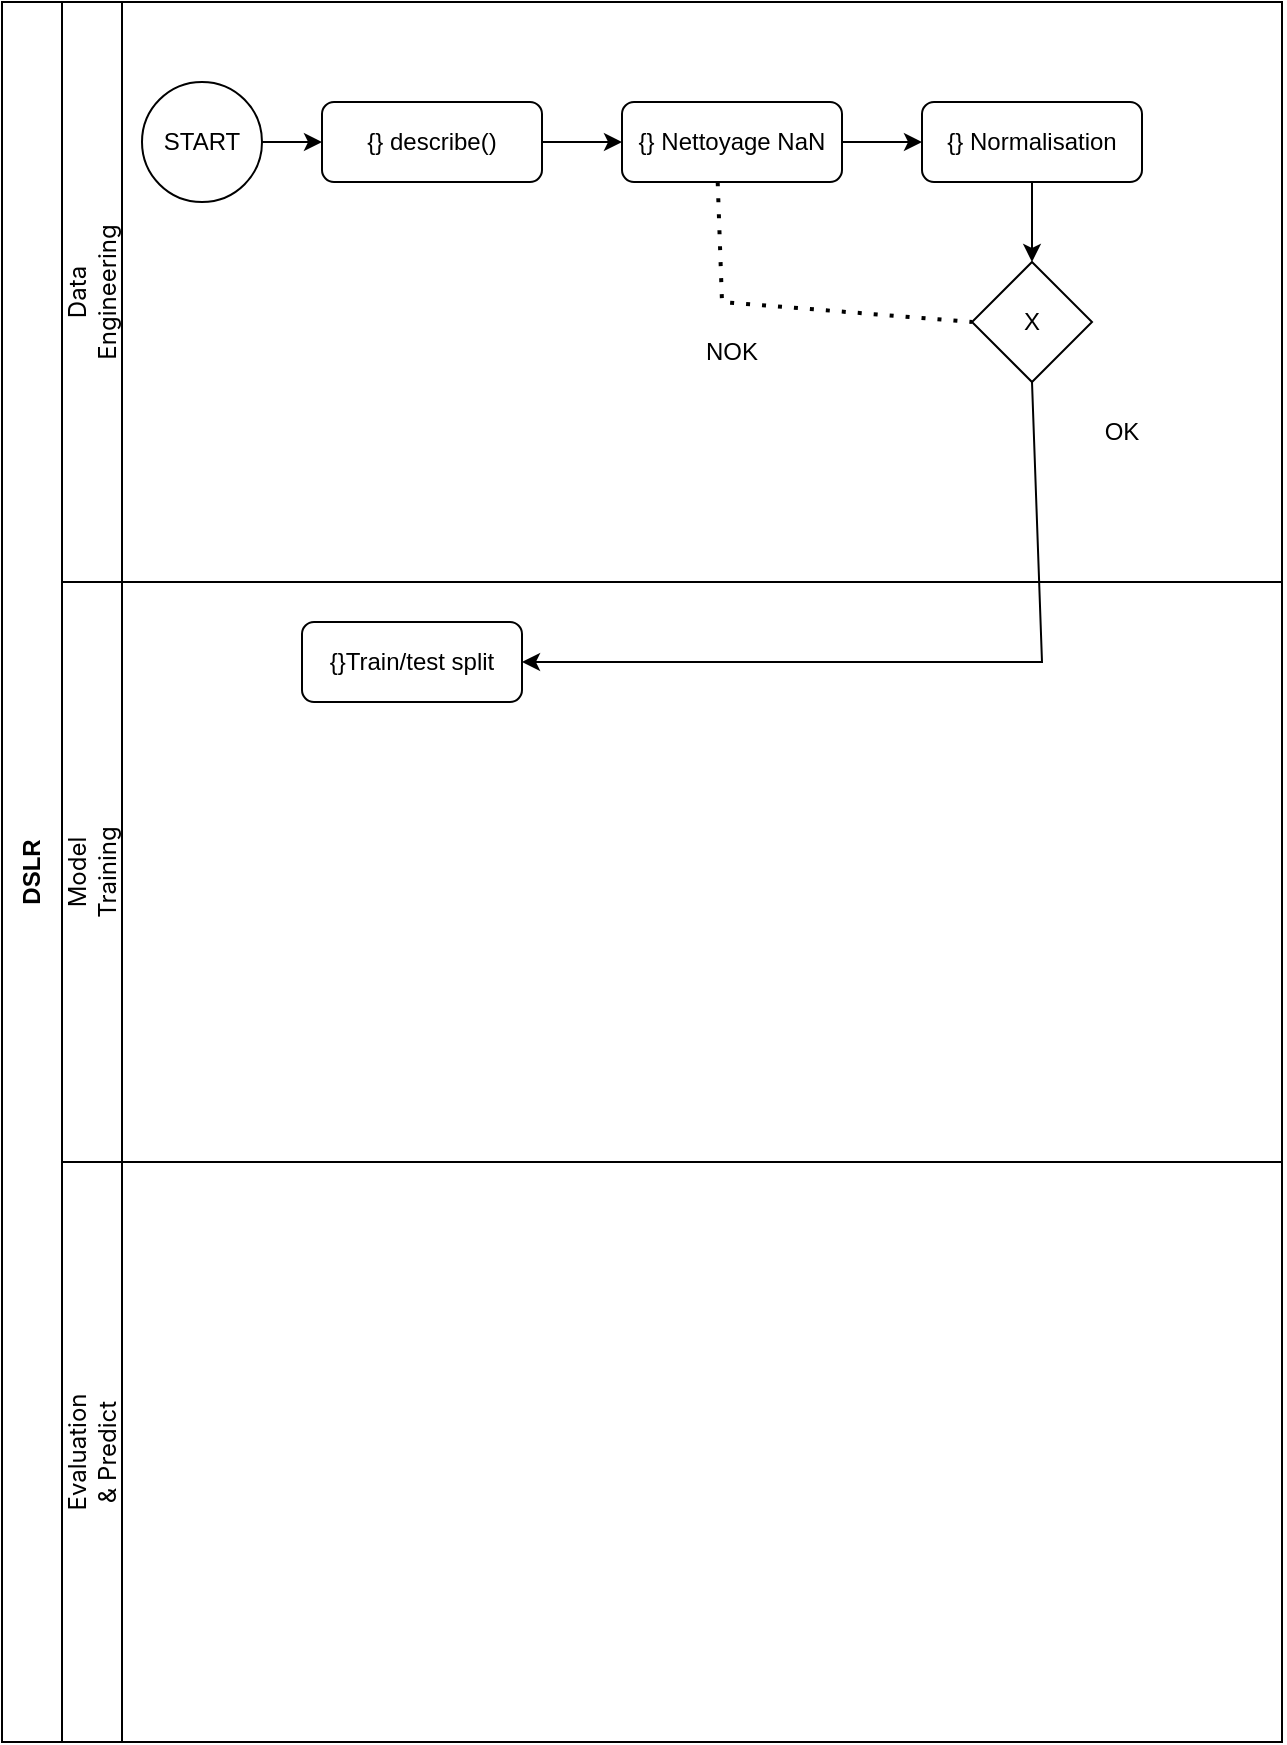
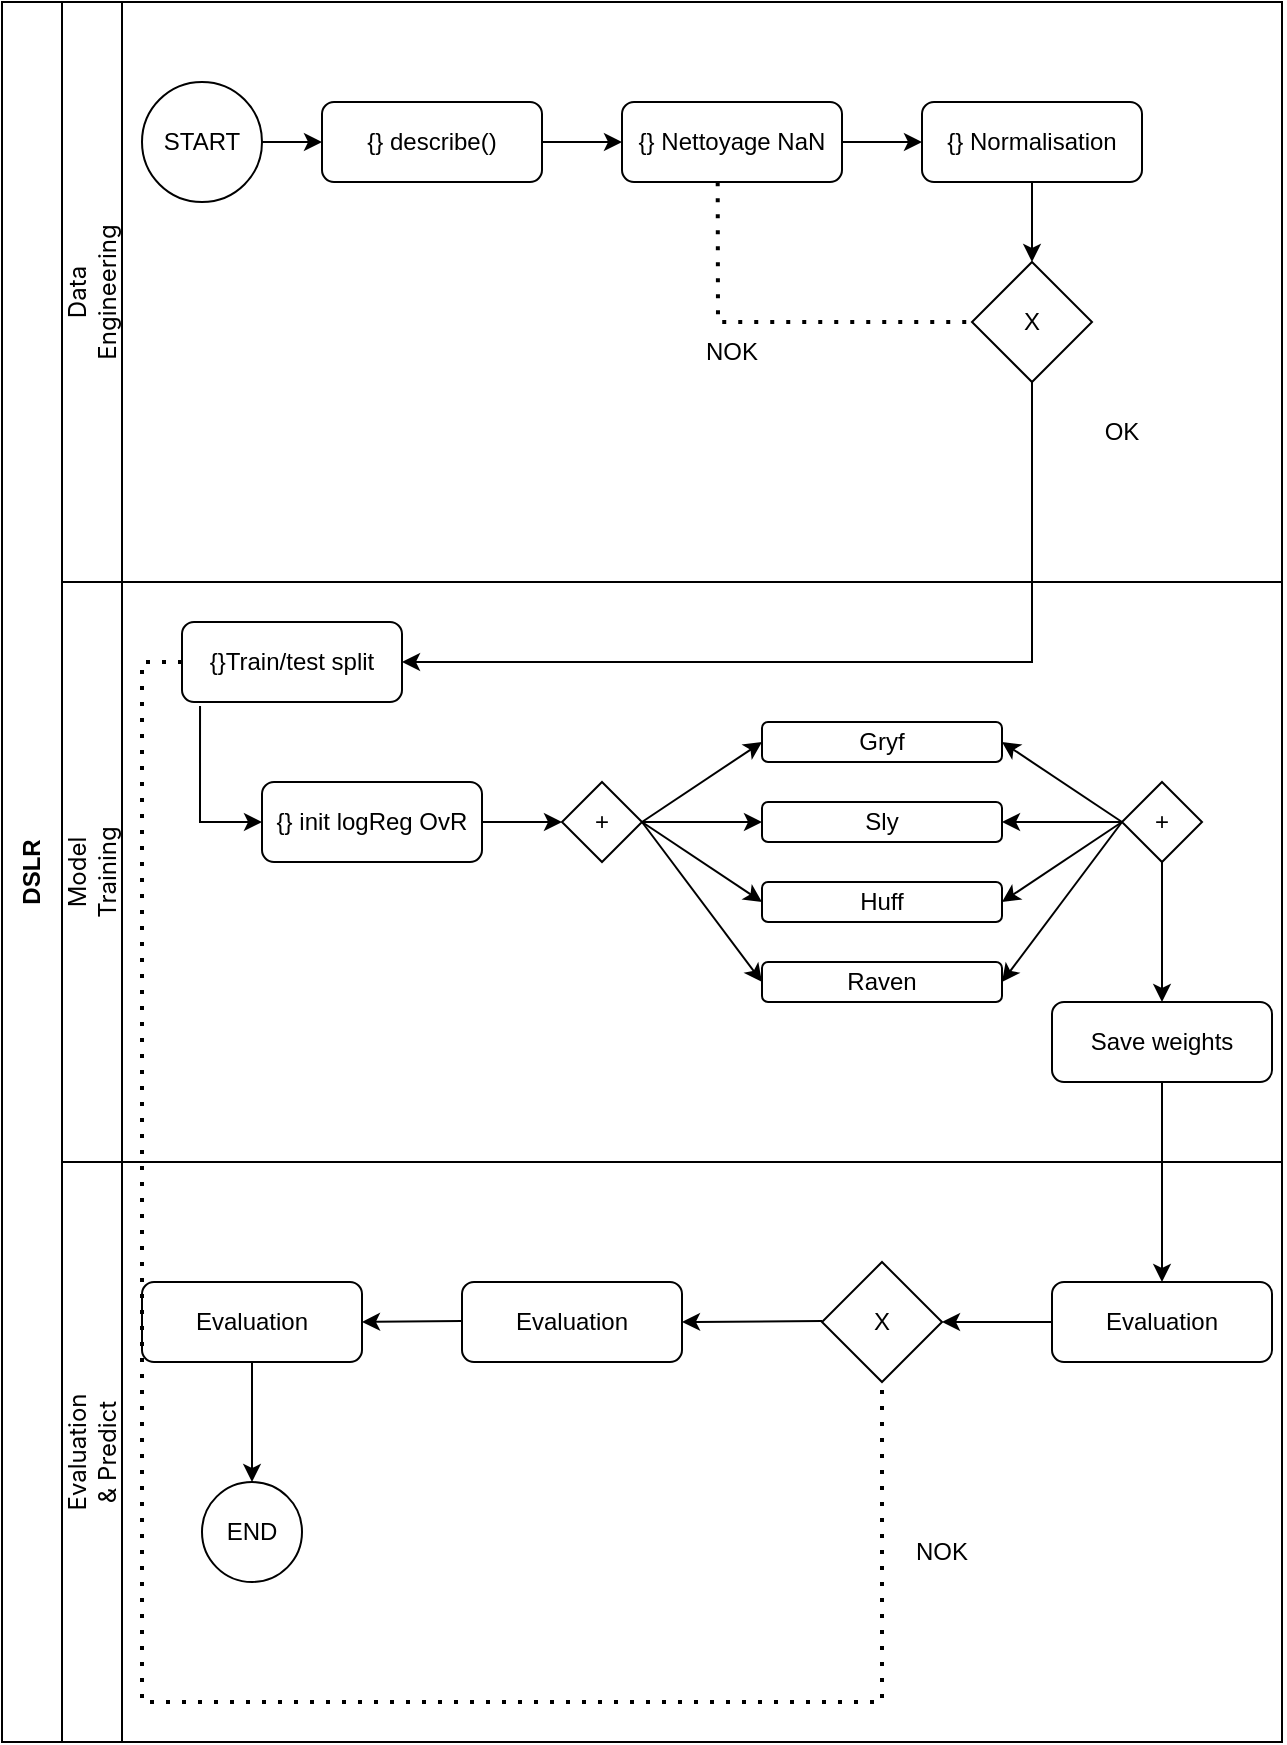
<mxfile host="app.diagrams.net">
  <diagram name="Page-1" id="0tKCiW2H9U9yNMpW7Atb">
-     <mxGraphModel dx="1834" dy="1304" grid="1" gridSize="10" guides="1" tooltips="1" connect="1" arrows="1" fold="1" page="1" pageScale="1" pageWidth="827" pageHeight="1169" math="0" shadow="0">
+     <mxGraphModel dx="1284" dy="913" grid="1" gridSize="10" guides="1" tooltips="1" connect="1" arrows="1" fold="1" page="1" pageScale="1" pageWidth="827" pageHeight="1169" math="0" shadow="0">
      <root>
        <mxCell id="0" />
        <mxCell id="1" parent="0" />
        <mxCell id="MoVcxeQHBZMtHFU29h8S-1" parent="1" style="swimlane;horizontal=0;whiteSpace=wrap;html=1;startSize=30;" value="DSLR" vertex="1">
          <mxGeometry height="870" width="640" x="80" y="30" as="geometry" />
        </mxCell>
        <mxCell id="MoVcxeQHBZMtHFU29h8S-6" parent="MoVcxeQHBZMtHFU29h8S-1" style="rounded=0;whiteSpace=wrap;html=1;" value="" vertex="1">
          <mxGeometry height="290" width="30" x="30" as="geometry" />
        </mxCell>
        <mxCell id="MoVcxeQHBZMtHFU29h8S-7" parent="MoVcxeQHBZMtHFU29h8S-1" style="rounded=0;whiteSpace=wrap;html=1;" value="" vertex="1">
          <mxGeometry height="290" width="30" x="30" y="290" as="geometry" />
        </mxCell>
        <mxCell id="MoVcxeQHBZMtHFU29h8S-8" parent="MoVcxeQHBZMtHFU29h8S-1" style="rounded=0;whiteSpace=wrap;html=1;" value="" vertex="1">
          <mxGeometry height="290" width="30" x="30" y="580" as="geometry" />
        </mxCell>
        <mxCell id="MoVcxeQHBZMtHFU29h8S-11" parent="MoVcxeQHBZMtHFU29h8S-1" style="text;html=1;whiteSpace=wrap;strokeColor=none;fillColor=none;align=center;verticalAlign=middle;rounded=0;rotation=-90;" value="&lt;span style=&quot;color: rgba(0, 0, 0, 0); font-family: monospace; font-size: 0px; text-align: start; text-wrap-mode: nowrap;&quot;&gt;%3CmxGraphModel%3E%3Croot%3E%3CmxCell%20id%3D%220%22%2F%3E%3CmxCell%20id%3D%221%22%20parent%3D%220%22%2F%3E%3CmxCell%20id%3D%222%22%20parent%3D%221%22%20style%3D%22text%3Bhtml%3D1%3BwhiteSpace%3Dwrap%3BstrokeColor%3Dnone%3BfillColor%3Dnone%3Balign%3Dcenter%3BverticalAlign%3Dmiddle%3Brounded%3D0%3Brotation%3D-90%3B%22%20value%3D%22%26lt%3Bspan%20style%3D%26quot%3Bfont-family%3A%20%26amp%3Bquot%3BAnthropic%20Sans%26amp%3Bquot%3B%2C%20-apple-system%2C%20BlinkMacSystemFont%2C%20%26amp%3Bquot%3BSegoe%20UI%26amp%3Bquot%3B%2C%20sans-serif%3B%20text-align%3A%20start%3B%20text-wrap-mode%3A%20nowrap%3B%26quot%3B%26gt%3BData%20Engineering%26lt%3B%2Fspan%26gt%3B%22%20vertex%3D%221%22%3E%3CmxGeometry%20height%3D%2230%22%20width%3D%2260%22%20x%3D%2295%22%20y%3D%22130%22%20as%3D%22geometry%22%2F%3E%3C%2FmxCell%3E%3C%2Froot%3E%3C%2FmxGraphModel%3E&lt;/span&gt;&lt;span style=&quot;font-family: &amp;quot;Anthropic Sans&amp;quot;, -apple-system, BlinkMacSystemFont, &amp;quot;Segoe UI&amp;quot;, sans-serif; text-align: start; text-wrap-mode: nowrap;&quot;&gt;Model Training&lt;/span&gt;" vertex="1">
          <mxGeometry height="30" width="60" x="15" y="420" as="geometry" />
        </mxCell>
        <mxCell id="MoVcxeQHBZMtHFU29h8S-9" parent="MoVcxeQHBZMtHFU29h8S-1" style="text;html=1;whiteSpace=wrap;strokeColor=none;fillColor=none;align=center;verticalAlign=middle;rounded=0;rotation=-90;" value="&lt;span style=&quot;font-family: &amp;quot;Anthropic Sans&amp;quot;, -apple-system, BlinkMacSystemFont, &amp;quot;Segoe UI&amp;quot;, sans-serif; text-align: start; text-wrap-mode: nowrap;&quot;&gt;Data Engineering&lt;/span&gt;" vertex="1">
          <mxGeometry height="30" width="60" x="15" y="130" as="geometry" />
        </mxCell>
        <mxCell id="MoVcxeQHBZMtHFU29h8S-12" parent="MoVcxeQHBZMtHFU29h8S-1" style="text;html=1;whiteSpace=wrap;strokeColor=none;fillColor=none;align=center;verticalAlign=middle;rounded=0;rotation=-90;" value="&lt;span style=&quot;font-family: &amp;quot;Anthropic Sans&amp;quot;, -apple-system, BlinkMacSystemFont, &amp;quot;Segoe UI&amp;quot;, sans-serif; text-align: start; text-wrap-mode: nowrap;&quot;&gt;Evaluation &amp;amp; Predict&lt;/span&gt;" vertex="1">
          <mxGeometry height="30" width="60" x="15" y="710" as="geometry" />
        </mxCell>
        <mxCell id="MoVcxeQHBZMtHFU29h8S-14" edge="1" parent="MoVcxeQHBZMtHFU29h8S-1" style="endArrow=none;html=1;rounded=0;exitX=1;exitY=0;exitDx=0;exitDy=0;" value="">
          <mxGeometry height="50" relative="1" width="50" as="geometry">
            <mxPoint x="60" y="290" as="sourcePoint" />
            <mxPoint x="640" y="290" as="targetPoint" />
          </mxGeometry>
        </mxCell>
        <mxCell id="MoVcxeQHBZMtHFU29h8S-16" parent="MoVcxeQHBZMtHFU29h8S-1" style="ellipse;whiteSpace=wrap;html=1;aspect=fixed;" value="START" vertex="1">
          <mxGeometry height="60" width="60" x="70" y="40" as="geometry" />
        </mxCell>
        <mxCell id="MoVcxeQHBZMtHFU29h8S-17" parent="MoVcxeQHBZMtHFU29h8S-1" style="rounded=1;whiteSpace=wrap;html=1;" value="{} describe()" vertex="1">
          <mxGeometry height="40" width="110" x="160" y="50" as="geometry" />
        </mxCell>
        <mxCell id="MoVcxeQHBZMtHFU29h8S-18" parent="MoVcxeQHBZMtHFU29h8S-1" style="rounded=1;whiteSpace=wrap;html=1;" value="{} Nettoyage NaN" vertex="1">
          <mxGeometry height="40" width="110" x="310" y="50" as="geometry" />
        </mxCell>
        <mxCell id="MoVcxeQHBZMtHFU29h8S-19" parent="MoVcxeQHBZMtHFU29h8S-1" style="rounded=1;whiteSpace=wrap;html=1;" value="{} Normalisation" vertex="1">
          <mxGeometry height="40" width="110" x="460" y="50" as="geometry" />
        </mxCell>
        <mxCell id="MoVcxeQHBZMtHFU29h8S-20" edge="1" parent="MoVcxeQHBZMtHFU29h8S-1" source="MoVcxeQHBZMtHFU29h8S-16" style="endArrow=classic;html=1;rounded=0;exitX=1;exitY=0.5;exitDx=0;exitDy=0;entryX=0;entryY=0.5;entryDx=0;entryDy=0;" target="MoVcxeQHBZMtHFU29h8S-17" value="">
          <mxGeometry height="50" relative="1" width="50" as="geometry">
            <mxPoint x="290" y="300" as="sourcePoint" />
            <mxPoint x="340" y="250" as="targetPoint" />
          </mxGeometry>
        </mxCell>
        <mxCell id="MoVcxeQHBZMtHFU29h8S-21" edge="1" parent="MoVcxeQHBZMtHFU29h8S-1" source="MoVcxeQHBZMtHFU29h8S-17" style="endArrow=classic;html=1;rounded=0;entryX=0;entryY=0.5;entryDx=0;entryDy=0;exitX=1;exitY=0.5;exitDx=0;exitDy=0;" target="MoVcxeQHBZMtHFU29h8S-18" value="">
          <mxGeometry height="50" relative="1" width="50" as="geometry">
            <mxPoint x="280" y="150" as="sourcePoint" />
            <mxPoint x="200" y="170" as="targetPoint" />
          </mxGeometry>
        </mxCell>
        <mxCell id="MoVcxeQHBZMtHFU29h8S-22" edge="1" parent="MoVcxeQHBZMtHFU29h8S-1" source="MoVcxeQHBZMtHFU29h8S-18" style="endArrow=classic;html=1;rounded=0;exitX=1;exitY=0.5;exitDx=0;exitDy=0;entryX=0;entryY=0.5;entryDx=0;entryDy=0;" target="MoVcxeQHBZMtHFU29h8S-19" value="">
          <mxGeometry height="50" relative="1" width="50" as="geometry">
            <mxPoint x="300" y="310" as="sourcePoint" />
            <mxPoint x="330" y="310" as="targetPoint" />
          </mxGeometry>
        </mxCell>
        <mxCell id="NjFdwsVWSedzDXnufngj-1" parent="MoVcxeQHBZMtHFU29h8S-1" style="rhombus;whiteSpace=wrap;html=1;" value="X" vertex="1">
          <mxGeometry height="60" width="60" x="485" y="130" as="geometry" />
        </mxCell>
        <mxCell id="NjFdwsVWSedzDXnufngj-2" edge="1" parent="MoVcxeQHBZMtHFU29h8S-1" source="MoVcxeQHBZMtHFU29h8S-19" style="endArrow=classic;html=1;rounded=0;exitX=0.5;exitY=1;exitDx=0;exitDy=0;entryX=0.5;entryY=0;entryDx=0;entryDy=0;" target="NjFdwsVWSedzDXnufngj-1" value="">
          <mxGeometry height="50" relative="1" width="50" as="geometry">
            <mxPoint x="310" y="460" as="sourcePoint" />
            <mxPoint x="360" y="410" as="targetPoint" />
          </mxGeometry>
        </mxCell>
        <mxCell id="NjFdwsVWSedzDXnufngj-3" edge="1" parent="MoVcxeQHBZMtHFU29h8S-1" source="MoVcxeQHBZMtHFU29h8S-18" style="endArrow=none;dashed=1;html=1;dashPattern=1 3;strokeWidth=2;rounded=0;exitX=0.435;exitY=1.003;exitDx=0;exitDy=0;exitPerimeter=0;entryX=0;entryY=0.5;entryDx=0;entryDy=0;" target="NjFdwsVWSedzDXnufngj-1" value="">
          <mxGeometry height="50" relative="1" width="50" as="geometry">
            <Array as="points">
-               <mxPoint x="360" y="150" />
+               <mxPoint x="358" y="160" />
            </Array>
            <mxPoint x="310" y="460" as="sourcePoint" />
            <mxPoint x="360" y="410" as="targetPoint" />
          </mxGeometry>
        </mxCell>
        <mxCell id="Y2pQFW4uB6nNZTh3tdt7-1" parent="MoVcxeQHBZMtHFU29h8S-1" style="rounded=1;whiteSpace=wrap;html=1;" value="{}Train/test split" vertex="1">
-           <mxGeometry height="40" width="110" x="150" y="310" as="geometry" />
+           <mxGeometry height="40" width="110" x="90" y="310" as="geometry" />
        </mxCell>
        <mxCell id="Y2pQFW4uB6nNZTh3tdt7-2" parent="MoVcxeQHBZMtHFU29h8S-1" style="text;html=1;whiteSpace=wrap;strokeColor=none;fillColor=none;align=center;verticalAlign=middle;rounded=0;" value="OK" vertex="1">
          <mxGeometry height="30" width="60" x="530" y="200" as="geometry" />
        </mxCell>
        <mxCell id="Y2pQFW4uB6nNZTh3tdt7-3" parent="MoVcxeQHBZMtHFU29h8S-1" style="text;html=1;whiteSpace=wrap;strokeColor=none;fillColor=none;align=center;verticalAlign=middle;rounded=0;" value="NOK" vertex="1">
          <mxGeometry height="30" width="60" x="335" y="160" as="geometry" />
        </mxCell>
+         <mxCell id="NjFdwsVWSedzDXnufngj-4" edge="1" parent="MoVcxeQHBZMtHFU29h8S-1" source="NjFdwsVWSedzDXnufngj-1" style="endArrow=classic;html=1;rounded=0;exitX=0.5;exitY=1;exitDx=0;exitDy=0;entryX=1;entryY=0.5;entryDx=0;entryDy=0;" target="Y2pQFW4uB6nNZTh3tdt7-1" value="">
+           <mxGeometry height="50" relative="1" width="50" as="geometry">
+             <Array as="points">
+               <mxPoint x="515" y="330" />
+             </Array>
+             <mxPoint x="310" y="460" as="sourcePoint" />
+             <mxPoint x="260" y="330" as="targetPoint" />
+           </mxGeometry>
+         </mxCell>
+         <mxCell id="ep6Vcv9k_6ox0c88zH7_-3" edge="1" parent="MoVcxeQHBZMtHFU29h8S-1" source="ep6Vcv9k_6ox0c88zH7_-2" style="edgeStyle=orthogonalEdgeStyle;rounded=0;orthogonalLoop=1;jettySize=auto;html=1;exitX=0;exitY=0.5;exitDx=0;exitDy=0;">
+           <mxGeometry relative="1" as="geometry">
+             <mxPoint x="160" y="410" as="targetPoint" />
+           </mxGeometry>
+         </mxCell>
+         <mxCell id="ep6Vcv9k_6ox0c88zH7_-18" edge="1" parent="MoVcxeQHBZMtHFU29h8S-1" source="ep6Vcv9k_6ox0c88zH7_-2" style="edgeStyle=orthogonalEdgeStyle;rounded=0;orthogonalLoop=1;jettySize=auto;html=1;" target="ep6Vcv9k_6ox0c88zH7_-16" value="">
+           <mxGeometry relative="1" as="geometry" />
+         </mxCell>
+         <mxCell id="ep6Vcv9k_6ox0c88zH7_-2" parent="MoVcxeQHBZMtHFU29h8S-1" style="rounded=1;whiteSpace=wrap;html=1;" value="{} init logReg OvR" vertex="1">
+           <mxGeometry height="40" width="110" x="130" y="390" as="geometry" />
+         </mxCell>
+         <mxCell id="ep6Vcv9k_6ox0c88zH7_-5" edge="1" parent="MoVcxeQHBZMtHFU29h8S-1" style="endArrow=classic;html=1;rounded=0;exitX=1;exitY=0.5;exitDx=0;exitDy=0;" value="">
+           <mxGeometry height="50" relative="1" width="50" as="geometry">
+             <Array as="points" />
+             <mxPoint x="320" y="410" as="sourcePoint" />
+             <mxPoint x="380" y="410" as="targetPoint" />
+           </mxGeometry>
+         </mxCell>
+         <mxCell id="ep6Vcv9k_6ox0c88zH7_-6" edge="1" parent="MoVcxeQHBZMtHFU29h8S-1" source="ep6Vcv9k_6ox0c88zH7_-16" style="endArrow=classic;html=1;rounded=0;exitX=1;exitY=0.5;exitDx=0;exitDy=0;" value="">
+           <mxGeometry height="50" relative="1" width="50" as="geometry">
+             <Array as="points" />
+             <mxPoint x="320" y="415" as="sourcePoint" />
+             <mxPoint x="380" y="450" as="targetPoint" />
+           </mxGeometry>
+         </mxCell>
+         <mxCell id="ep6Vcv9k_6ox0c88zH7_-7" edge="1" parent="MoVcxeQHBZMtHFU29h8S-1" source="ep6Vcv9k_6ox0c88zH7_-16" style="endArrow=classic;html=1;rounded=0;exitX=1;exitY=0.5;exitDx=0;exitDy=0;" value="">
+           <mxGeometry height="50" relative="1" width="50" as="geometry">
+             <Array as="points" />
+             <mxPoint x="320" y="412.5" as="sourcePoint" />
+             <mxPoint x="380" y="490" as="targetPoint" />
+           </mxGeometry>
+         </mxCell>
+         <mxCell id="ep6Vcv9k_6ox0c88zH7_-8" parent="MoVcxeQHBZMtHFU29h8S-1" style="rounded=1;whiteSpace=wrap;html=1;" value="Gryf" vertex="1">
+           <mxGeometry height="20" width="120" x="380" y="360" as="geometry" />
+         </mxCell>
+         <mxCell id="ep6Vcv9k_6ox0c88zH7_-11" parent="MoVcxeQHBZMtHFU29h8S-1" style="rounded=1;whiteSpace=wrap;html=1;" value="Raven" vertex="1">
+           <mxGeometry height="20" width="120" x="380" y="480" as="geometry" />
+         </mxCell>
+         <mxCell id="ep6Vcv9k_6ox0c88zH7_-10" parent="MoVcxeQHBZMtHFU29h8S-1" style="rounded=1;whiteSpace=wrap;html=1;" value="Huff" vertex="1">
+           <mxGeometry height="20" width="120" x="380" y="440" as="geometry" />
+         </mxCell>
+         <mxCell id="ep6Vcv9k_6ox0c88zH7_-9" parent="MoVcxeQHBZMtHFU29h8S-1" style="rounded=1;whiteSpace=wrap;html=1;" value="Sly" vertex="1">
+           <mxGeometry height="20" width="120" x="380" y="400" as="geometry" />
+         </mxCell>
+         <mxCell id="ep6Vcv9k_6ox0c88zH7_-12" edge="1" parent="MoVcxeQHBZMtHFU29h8S-1" style="endArrow=classic;html=1;rounded=0;exitX=1;exitY=0.5;exitDx=0;exitDy=0;" value="">
+           <mxGeometry height="50" relative="1" width="50" as="geometry">
+             <Array as="points" />
+             <mxPoint x="560" y="410" as="sourcePoint" />
+             <mxPoint x="500" y="410" as="targetPoint" />
+           </mxGeometry>
+         </mxCell>
+         <mxCell id="ep6Vcv9k_6ox0c88zH7_-13" edge="1" parent="MoVcxeQHBZMtHFU29h8S-1" source="ep6Vcv9k_6ox0c88zH7_-20" style="endArrow=classic;html=1;rounded=0;exitX=0;exitY=0.5;exitDx=0;exitDy=0;" value="">
+           <mxGeometry height="50" relative="1" width="50" as="geometry">
+             <Array as="points" />
+             <mxPoint x="560" y="415" as="sourcePoint" />
+             <mxPoint x="500" y="450" as="targetPoint" />
+           </mxGeometry>
+         </mxCell>
+         <mxCell id="ep6Vcv9k_6ox0c88zH7_-14" edge="1" parent="MoVcxeQHBZMtHFU29h8S-1" source="ep6Vcv9k_6ox0c88zH7_-20" style="endArrow=classic;html=1;rounded=0;exitX=0;exitY=0.5;exitDx=0;exitDy=0;" value="">
+           <mxGeometry height="50" relative="1" width="50" as="geometry">
+             <Array as="points" />
+             <mxPoint x="560" y="412.5" as="sourcePoint" />
+             <mxPoint x="500" y="490" as="targetPoint" />
+           </mxGeometry>
+         </mxCell>
+         <mxCell id="ep6Vcv9k_6ox0c88zH7_-15" edge="1" parent="MoVcxeQHBZMtHFU29h8S-1" style="endArrow=classic;html=1;rounded=0;exitX=1;exitY=0.5;exitDx=0;exitDy=0;" value="">
+           <mxGeometry height="50" relative="1" width="50" as="geometry">
+             <Array as="points" />
+             <mxPoint x="560" y="410" as="sourcePoint" />
+             <mxPoint x="500" y="370" as="targetPoint" />
+           </mxGeometry>
+         </mxCell>
+         <mxCell id="ep6Vcv9k_6ox0c88zH7_-4" edge="1" parent="MoVcxeQHBZMtHFU29h8S-1" style="endArrow=classic;html=1;rounded=0;exitX=1;exitY=0.5;exitDx=0;exitDy=0;" value="">
+           <mxGeometry height="50" relative="1" width="50" as="geometry">
+             <Array as="points" />
+             <mxPoint x="320" y="410" as="sourcePoint" />
+             <mxPoint x="380" y="370" as="targetPoint" />
+           </mxGeometry>
+         </mxCell>
+         <mxCell id="ep6Vcv9k_6ox0c88zH7_-16" parent="MoVcxeQHBZMtHFU29h8S-1" style="rhombus;whiteSpace=wrap;html=1;" value="+" vertex="1">
+           <mxGeometry height="40" width="40" x="280" y="390" as="geometry" />
+         </mxCell>
+         <mxCell id="ep6Vcv9k_6ox0c88zH7_-20" parent="MoVcxeQHBZMtHFU29h8S-1" style="rhombus;whiteSpace=wrap;html=1;" value="+" vertex="1">
+           <mxGeometry height="40" width="40" x="560" y="390" as="geometry" />
+         </mxCell>
+         <mxCell id="ep6Vcv9k_6ox0c88zH7_-21" edge="1" parent="MoVcxeQHBZMtHFU29h8S-1" source="ep6Vcv9k_6ox0c88zH7_-20" style="endArrow=classic;html=1;rounded=0;exitX=0.5;exitY=1;exitDx=0;exitDy=0;" value="">
+           <mxGeometry height="50" relative="1" width="50" as="geometry">
+             <mxPoint x="530" y="515" as="sourcePoint" />
+             <mxPoint x="580" y="500" as="targetPoint" />
+           </mxGeometry>
+         </mxCell>
+         <mxCell id="ep6Vcv9k_6ox0c88zH7_-23" parent="MoVcxeQHBZMtHFU29h8S-1" style="rounded=1;whiteSpace=wrap;html=1;" value="Save weights" vertex="1">
+           <mxGeometry height="40" width="110" x="525" y="500" as="geometry" />
+         </mxCell>
+         <mxCell id="ep6Vcv9k_6ox0c88zH7_-25" parent="MoVcxeQHBZMtHFU29h8S-1" style="rounded=1;whiteSpace=wrap;html=1;" value="Evaluation" vertex="1">
+           <mxGeometry height="40" width="110" x="525" y="640" as="geometry" />
+         </mxCell>
+         <mxCell id="ep6Vcv9k_6ox0c88zH7_-27" parent="MoVcxeQHBZMtHFU29h8S-1" style="rhombus;whiteSpace=wrap;html=1;" value="X" vertex="1">
+           <mxGeometry height="60" width="60" x="410" y="630" as="geometry" />
+         </mxCell>
+         <mxCell id="ep6Vcv9k_6ox0c88zH7_-28" edge="1" parent="MoVcxeQHBZMtHFU29h8S-1" style="endArrow=classic;html=1;rounded=0;exitX=0;exitY=0.5;exitDx=0;exitDy=0;" value="">
+           <mxGeometry height="50" relative="1" width="50" as="geometry">
+             <mxPoint x="410" y="659.5" as="sourcePoint" />
+             <mxPoint x="340" y="660" as="targetPoint" />
+           </mxGeometry>
+         </mxCell>
+         <mxCell id="ep6Vcv9k_6ox0c88zH7_-29" edge="1" parent="MoVcxeQHBZMtHFU29h8S-1" style="endArrow=classic;html=1;rounded=0;exitX=0;exitY=0.5;exitDx=0;exitDy=0;" value="">
+           <mxGeometry height="50" relative="1" width="50" as="geometry">
+             <mxPoint x="230" y="659.5" as="sourcePoint" />
+             <mxPoint x="180" y="660" as="targetPoint" />
+           </mxGeometry>
+         </mxCell>
+         <mxCell id="ep6Vcv9k_6ox0c88zH7_-26" edge="1" parent="MoVcxeQHBZMtHFU29h8S-1" source="ep6Vcv9k_6ox0c88zH7_-25" style="endArrow=classic;html=1;rounded=0;exitX=0;exitY=0.5;exitDx=0;exitDy=0;" value="">
+           <mxGeometry height="50" relative="1" width="50" as="geometry">
+             <mxPoint x="310" y="460" as="sourcePoint" />
+             <mxPoint x="470" y="660" as="targetPoint" />
+           </mxGeometry>
+         </mxCell>
+         <mxCell id="ep6Vcv9k_6ox0c88zH7_-31" parent="MoVcxeQHBZMtHFU29h8S-1" style="rounded=1;whiteSpace=wrap;html=1;" value="Evaluation" vertex="1">
+           <mxGeometry height="40" width="110" x="230" y="640" as="geometry" />
+         </mxCell>
+         <mxCell id="ep6Vcv9k_6ox0c88zH7_-32" parent="MoVcxeQHBZMtHFU29h8S-1" style="rounded=1;whiteSpace=wrap;html=1;" value="Evaluation" vertex="1">
+           <mxGeometry height="40" width="110" x="70" y="640" as="geometry" />
+         </mxCell>
+         <mxCell id="ep6Vcv9k_6ox0c88zH7_-33" edge="1" parent="MoVcxeQHBZMtHFU29h8S-1" source="ep6Vcv9k_6ox0c88zH7_-32" style="endArrow=classic;html=1;rounded=0;exitX=0.5;exitY=1;exitDx=0;exitDy=0;entryX=0.5;entryY=0;entryDx=0;entryDy=0;" target="ep6Vcv9k_6ox0c88zH7_-34" value="">
+           <mxGeometry height="50" relative="1" width="50" as="geometry">
+             <mxPoint x="140" y="710" as="sourcePoint" />
+             <mxPoint x="117" y="740" as="targetPoint" />
+           </mxGeometry>
+         </mxCell>
+         <mxCell id="ep6Vcv9k_6ox0c88zH7_-34" parent="MoVcxeQHBZMtHFU29h8S-1" style="ellipse;whiteSpace=wrap;html=1;aspect=fixed;" value="END" vertex="1">
+           <mxGeometry height="50" width="50" x="100" y="740" as="geometry" />
+         </mxCell>
+         <mxCell id="ep6Vcv9k_6ox0c88zH7_-35" edge="1" parent="MoVcxeQHBZMtHFU29h8S-1" source="Y2pQFW4uB6nNZTh3tdt7-1" style="endArrow=none;dashed=1;html=1;dashPattern=1 3;strokeWidth=2;rounded=0;entryX=0.5;entryY=1;entryDx=0;entryDy=0;exitX=0;exitY=0.5;exitDx=0;exitDy=0;" target="ep6Vcv9k_6ox0c88zH7_-27" value="">
+           <mxGeometry height="50" relative="1" width="50" as="geometry">
+             <Array as="points">
+               <mxPoint x="70" y="330" />
+               <mxPoint x="70" y="850" />
+               <mxPoint x="440" y="850" />
+             </Array>
+             <mxPoint x="380" y="750" as="sourcePoint" />
+             <mxPoint x="430" y="700" as="targetPoint" />
+           </mxGeometry>
+         </mxCell>
+         <mxCell id="ep6Vcv9k_6ox0c88zH7_-36" parent="MoVcxeQHBZMtHFU29h8S-1" style="text;html=1;whiteSpace=wrap;strokeColor=none;fillColor=none;align=center;verticalAlign=middle;rounded=0;" value="NOK" vertex="1">
+           <mxGeometry height="30" width="60" x="440" y="760" as="geometry" />
+         </mxCell>
        <mxCell id="MoVcxeQHBZMtHFU29h8S-13" edge="1" parent="1" source="MoVcxeQHBZMtHFU29h8S-8" style="endArrow=none;html=1;rounded=0;exitX=1;exitY=0;exitDx=0;exitDy=0;" value="">
          <mxGeometry height="50" relative="1" width="50" as="geometry">
            <mxPoint x="390" y="710" as="sourcePoint" />
            <mxPoint x="720" y="610" as="targetPoint" />
          </mxGeometry>
        </mxCell>
-         <mxCell id="NjFdwsVWSedzDXnufngj-4" edge="1" parent="1" source="NjFdwsVWSedzDXnufngj-1" style="endArrow=classic;html=1;rounded=0;exitX=0.5;exitY=1;exitDx=0;exitDy=0;" value="">
-           <mxGeometry height="50" relative="1" width="50" as="geometry">
-             <Array as="points">
-               <mxPoint x="600" y="360" />
+         <mxCell id="ep6Vcv9k_6ox0c88zH7_-1" edge="1" parent="1" source="Y2pQFW4uB6nNZTh3tdt7-1" style="endArrow=classic;html=1;rounded=0;exitX=0.082;exitY=1.05;exitDx=0;exitDy=0;exitPerimeter=0;" value="">
+           <mxGeometry height="50" relative="1" width="50" as="geometry">
+             <Array as="points">
+               <mxPoint x="179" y="440" />
            </Array>
            <mxPoint x="390" y="490" as="sourcePoint" />
-             <mxPoint x="340" y="360" as="targetPoint" />
+             <mxPoint x="210" y="440" as="targetPoint" />
+           </mxGeometry>
+         </mxCell>
+         <mxCell id="ep6Vcv9k_6ox0c88zH7_-24" edge="1" parent="1" source="ep6Vcv9k_6ox0c88zH7_-23" style="endArrow=classic;html=1;rounded=0;exitX=0.5;exitY=1;exitDx=0;exitDy=0;" value="">
+           <mxGeometry height="50" relative="1" width="50" as="geometry">
+             <mxPoint x="390" y="490" as="sourcePoint" />
+             <mxPoint x="660" y="670" as="targetPoint" />
          </mxGeometry>
        </mxCell>
      </root>
    </mxGraphModel>
  </diagram>
</mxfile>
